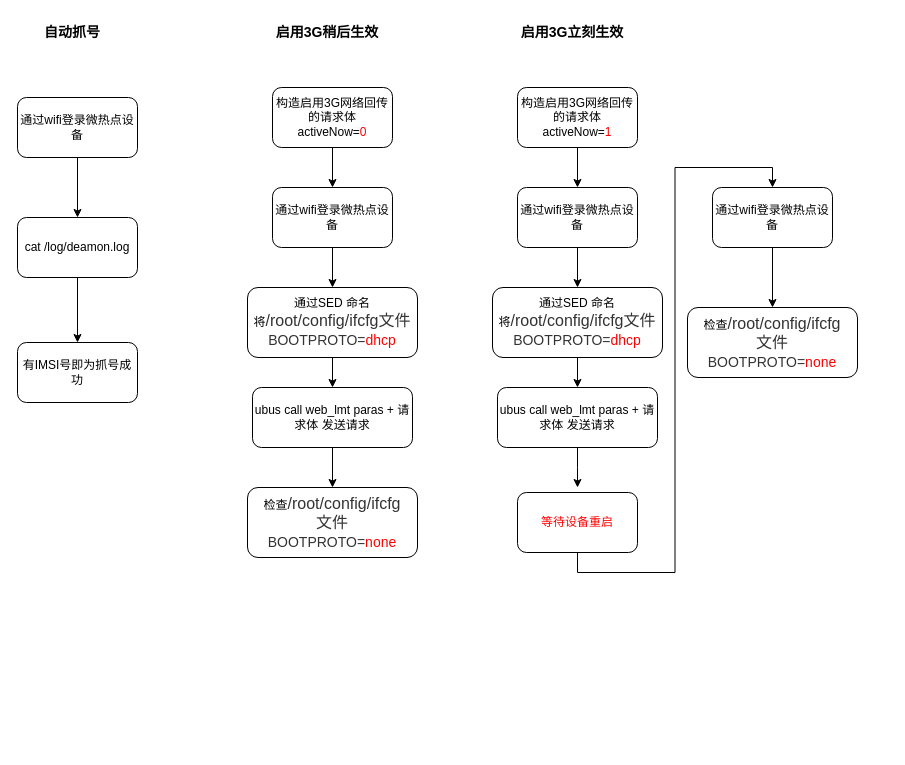
Earlier version of the draw.io diagram platform_receiving_3G.drawio (Chenguoqing2008/drawio). Source tidied: cells renumbered, new cells numbered last; positions are measured from the earlier drawing's top-left corner, leaving out a move shared by most shapes. Both pictures are drawn from the tidied source at 100%, with x=0, y=0 at pixel (17, 17).
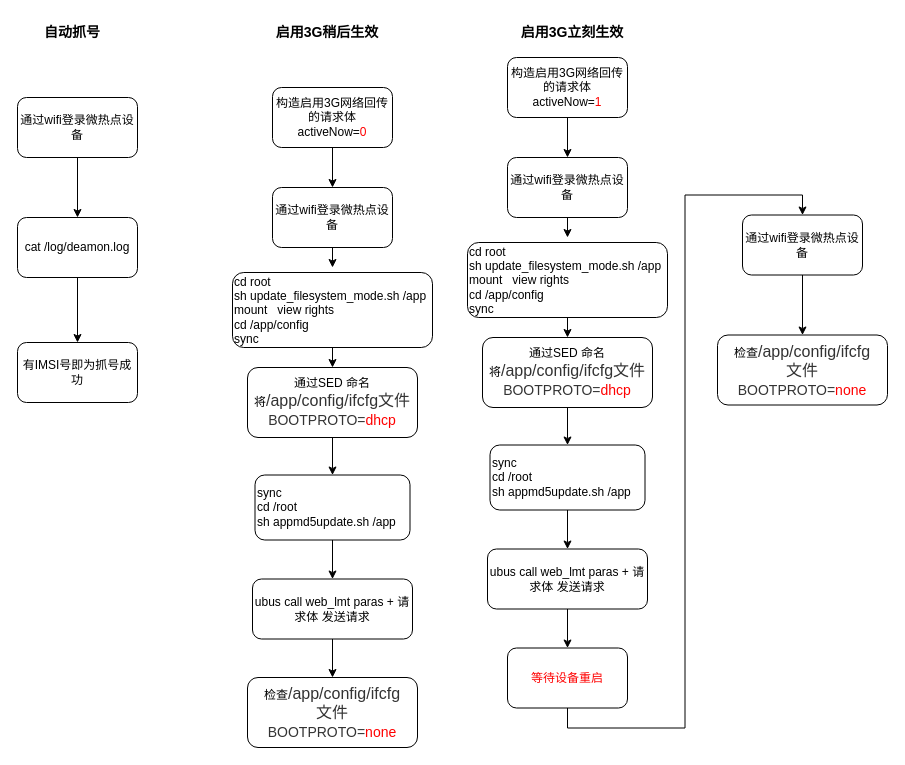
Above is the later version.

The change refers to these unchanged cells:
```xml
<mxCell id="5" value="通过wifi登录微热点设备" style="rounded=1;whiteSpace=wrap;html=1;" parent="1" vertex="1">
  <mxGeometry x="255" y="170" width="120" height="60" as="geometry" />
</mxCell>
```

Change to the diagram source:
```diff
@@
-    <mxCell id="4" style="edgeStyle=orthogonalEdgeStyle;rounded=0;jettySize=auto;html=1;exitX=0.5;exitY=1;exitDx=0;exitDy=0;entryX=0.5;entryY=0;entryDx=0;entryDy=0;" parent="1" edge="1" source="5" target="7">
-      <mxGeometry relative="1" as="geometry" />
-    </mxCell>
+    <mxCell id="32" style="edgeStyle=orthogonalEdgeStyle;rounded=0;jettySize=auto;html=1;exitX=0.5;exitY=1;exitDx=0;exitDy=0;" parent="1" edge="1" source="5">
+      <mxGeometry relative="1" as="geometry">
+        <mxPoint x="315" y="250" as="targetPoint" />
+      </mxGeometry>
+    </mxCell>
@@
-    <mxCell id="6" style="edgeStyle=orthogonalEdgeStyle;rounded=0;jettySize=auto;html=1;exitX=0.5;exitY=1;exitDx=0;exitDy=0;entryX=0.5;entryY=0;entryDx=0;entryDy=0;" parent="1" edge="1" source="7" target="9">
-      <mxGeometry relative="1" as="geometry" />
-    </mxCell>
+    <mxCell id="33" style="edgeStyle=orthogonalEdgeStyle;rounded=0;jettySize=auto;html=1;exitX=0.5;exitY=1;exitDx=0;exitDy=0;entryX=0.5;entryY=0;entryDx=0;entryDy=0;" parent="1" edge="1" source="7" target="37">
+      <mxGeometry relative="1" as="geometry" />
+    </mxCell>
-    <mxCell id="7" value="通过SED&amp;nbsp;命名将&lt;span lang=&quot;EN-US&quot; style=&quot;font-size: 12pt&quot;&gt;&lt;font color=&quot;#333333&quot;&gt;/root/config/ifcfg文件&lt;/font&gt;&lt;br&gt;&lt;span lang=&quot;EN-US&quot; style=&quot;font-size: 10.5pt&quot;&gt;&lt;font color=&quot;#333333&quot;&gt;BOOTPROTO=&lt;/font&gt;&lt;font color=&quot;#ff0000&quot;&gt;dhcp&lt;/font&gt;&lt;/span&gt;&lt;br&gt;&lt;/span&gt;" style="rounded=1;whiteSpace=wrap;html=1;" parent="1" vertex="1">
-      <mxGeometry x="230" y="270" width="170" height="70" as="geometry" />
+    <mxCell id="7" value="通过SED&amp;nbsp;命名将&lt;span lang=&quot;EN-US&quot; style=&quot;font-size: 12pt&quot;&gt;&lt;font color=&quot;#333333&quot;&gt;/app/config/ifcfg文件&lt;/font&gt;&lt;br&gt;&lt;span lang=&quot;EN-US&quot; style=&quot;font-size: 10.5pt&quot;&gt;&lt;font color=&quot;#333333&quot;&gt;BOOTPROTO=&lt;/font&gt;&lt;font color=&quot;#ff0000&quot;&gt;dhcp&lt;/font&gt;&lt;/span&gt;&lt;br&gt;&lt;/span&gt;" style="rounded=1;whiteSpace=wrap;html=1;" parent="1" vertex="1">
+      <mxGeometry x="230" y="350" width="170" height="70" as="geometry" />
     </mxCell>
@@
     <mxCell id="9" value="ubus call web_lmt paras +&amp;nbsp;请求体&amp;nbsp;发送请求" style="rounded=1;whiteSpace=wrap;html=1;" parent="1" vertex="1">
-      <mxGeometry x="235" y="370" width="160" height="60" as="geometry" />
+      <mxGeometry x="235" y="561.5" width="160" height="60" as="geometry" />
     </mxCell>
-    <mxCell id="10" value="检查&lt;span lang=&quot;EN-US&quot; style=&quot;font-size: 12pt&quot;&gt;&lt;font color=&quot;#333333&quot;&gt;/root/config/ifcfg&lt;br&gt;文件&lt;/font&gt;&lt;br&gt;&lt;span lang=&quot;EN-US&quot; style=&quot;font-size: 10.5pt&quot;&gt;&lt;font color=&quot;#333333&quot;&gt;BOOTPROTO=&lt;/font&gt;&lt;font color=&quot;#ff0000&quot;&gt;none&lt;/font&gt;&lt;/span&gt;&lt;br&gt;&lt;/span&gt;" style="rounded=1;whiteSpace=wrap;html=1;" parent="1" vertex="1">
-      <mxGeometry x="230" y="470" width="170" height="70" as="geometry" />
+    <mxCell id="10" value="检查&lt;span lang=&quot;EN-US&quot; style=&quot;font-size: 12pt&quot;&gt;&lt;font color=&quot;#333333&quot;&gt;/app/config/ifcfg&lt;br&gt;文件&lt;/font&gt;&lt;br&gt;&lt;span lang=&quot;EN-US&quot; style=&quot;font-size: 10.5pt&quot;&gt;&lt;font color=&quot;#333333&quot;&gt;BOOTPROTO=&lt;/font&gt;&lt;font color=&quot;#ff0000&quot;&gt;none&lt;/font&gt;&lt;/span&gt;&lt;br&gt;&lt;/span&gt;" style="rounded=1;whiteSpace=wrap;html=1;" parent="1" vertex="1">
+      <mxGeometry x="230" y="660" width="170" height="70" as="geometry" />
     </mxCell>
@@
-    <mxCell id="12" style="edgeStyle=orthogonalEdgeStyle;rounded=0;jettySize=auto;html=1;exitX=0.5;exitY=1;exitDx=0;exitDy=0;entryX=0.5;entryY=0;entryDx=0;entryDy=0;" parent="1" edge="1" source="13" target="15">
-      <mxGeometry relative="1" as="geometry" />
-    </mxCell>
-    <mxCell id="13" value="构造启用3G网络回传的请求体&lt;br&gt;activeNow=&lt;font color=&quot;#ff0000&quot;&gt;1&lt;/font&gt;" style="rounded=1;whiteSpace=wrap;html=1;" parent="1" vertex="1">
-      <mxGeometry x="500" y="70" width="120" height="60" as="geometry" />
-    </mxCell>
-    <mxCell id="14" style="edgeStyle=orthogonalEdgeStyle;rounded=0;jettySize=auto;html=1;exitX=0.5;exitY=1;exitDx=0;exitDy=0;entryX=0.5;entryY=0;entryDx=0;entryDy=0;" parent="1" edge="1" source="15" target="17">
-      <mxGeometry relative="1" as="geometry" />
-    </mxCell>
-    <mxCell id="15" value="通过wifi登录微热点设备" style="rounded=1;whiteSpace=wrap;html=1;" parent="1" vertex="1">
-      <mxGeometry x="500" y="170" width="120" height="60" as="geometry" />
-    </mxCell>
-    <mxCell id="16" style="edgeStyle=orthogonalEdgeStyle;rounded=0;jettySize=auto;html=1;exitX=0.5;exitY=1;exitDx=0;exitDy=0;entryX=0.5;entryY=0;entryDx=0;entryDy=0;" parent="1" edge="1" source="17" target="19">
-      <mxGeometry relative="1" as="geometry" />
-    </mxCell>
-    <mxCell id="17" value="通过SED&amp;nbsp;命名将&lt;span lang=&quot;EN-US&quot; style=&quot;font-size: 12pt&quot;&gt;&lt;font color=&quot;#333333&quot;&gt;/root/config/ifcfg文件&lt;/font&gt;&lt;br&gt;&lt;span lang=&quot;EN-US&quot; style=&quot;font-size: 10.5pt&quot;&gt;&lt;font color=&quot;#333333&quot;&gt;BOOTPROTO=&lt;/font&gt;&lt;font color=&quot;#ff0000&quot;&gt;dhcp&lt;/font&gt;&lt;/span&gt;&lt;br&gt;&lt;/span&gt;" style="rounded=1;whiteSpace=wrap;html=1;" parent="1" vertex="1">
-      <mxGeometry x="475" y="270" width="170" height="70" as="geometry" />
-    </mxCell>
-    <mxCell id="18" style="edgeStyle=orthogonalEdgeStyle;rounded=0;jettySize=auto;html=1;exitX=0.5;exitY=1;exitDx=0;exitDy=0;entryX=0.5;entryY=0;entryDx=0;entryDy=0;" parent="1" edge="1" source="19">
+    <mxCell id="18" style="edgeStyle=orthogonalEdgeStyle;rounded=0;orthogonalLoop=1;jettySize=auto;html=1;exitX=0.5;exitY=1;exitDx=0;exitDy=0;entryX=0.5;entryY=0;entryDx=0;entryDy=0;" parent="1" edge="1">
       <mxGeometry relative="1" as="geometry">
+        <mxPoint x="560" y="430" as="sourcePoint" />
         <mxPoint x="560" y="470" as="targetPoint" />
       </mxGeometry>
     </mxCell>
-    <mxCell id="19" value="ubus call web_lmt paras +&amp;nbsp;请求体&amp;nbsp;发送请求" style="rounded=1;whiteSpace=wrap;html=1;" parent="1" vertex="1">
-      <mxGeometry x="480" y="370" width="160" height="60" as="geometry" />
-    </mxCell>
@@
     <mxCell id="22" value="&lt;font color=&quot;#ff0000&quot;&gt;等待设备重启&lt;/font&gt;" style="rounded=1;whiteSpace=wrap;html=1;" parent="1" vertex="1">
-      <mxGeometry x="500" y="475" width="120" height="60" as="geometry" />
+      <mxGeometry x="490" y="630.5" width="120" height="60" as="geometry" />
     </mxCell>
@@
     <mxCell id="24" value="通过wifi登录微热点设备" style="rounded=1;whiteSpace=wrap;html=1;" parent="1" vertex="1">
-      <mxGeometry x="695" y="170" width="120" height="60" as="geometry" />
+      <mxGeometry x="725" y="197.5" width="120" height="60" as="geometry" />
     </mxCell>
-    <mxCell id="25" value="检查&lt;span lang=&quot;EN-US&quot; style=&quot;font-size: 12pt&quot;&gt;&lt;font color=&quot;#333333&quot;&gt;/root/config/ifcfg&lt;br&gt;文件&lt;/font&gt;&lt;br&gt;&lt;span lang=&quot;EN-US&quot; style=&quot;font-size: 10.5pt&quot;&gt;&lt;font color=&quot;#333333&quot;&gt;BOOTPROTO=&lt;/font&gt;&lt;font color=&quot;#ff0000&quot;&gt;none&lt;/font&gt;&lt;/span&gt;&lt;br&gt;&lt;/span&gt;" style="rounded=1;whiteSpace=wrap;html=1;" parent="1" vertex="1">
-      <mxGeometry x="670" y="290" width="170" height="70" as="geometry" />
+    <mxCell id="25" value="检查&lt;span lang=&quot;EN-US&quot; style=&quot;font-size: 12pt&quot;&gt;&lt;font color=&quot;#333333&quot;&gt;/app/config/ifcfg&lt;br&gt;文件&lt;/font&gt;&lt;br&gt;&lt;span lang=&quot;EN-US&quot; style=&quot;font-size: 10.5pt&quot;&gt;&lt;font color=&quot;#333333&quot;&gt;BOOTPROTO=&lt;/font&gt;&lt;font color=&quot;#ff0000&quot;&gt;none&lt;/font&gt;&lt;/span&gt;&lt;br&gt;&lt;/span&gt;" style="rounded=1;whiteSpace=wrap;html=1;" parent="1" vertex="1">
+      <mxGeometry x="700" y="317.5" width="170" height="70" as="geometry" />
     </mxCell>
@@
+    <mxCell id="34" style="edgeStyle=orthogonalEdgeStyle;rounded=0;jettySize=auto;html=1;exitX=0.5;exitY=1;exitDx=0;exitDy=0;entryX=0.5;entryY=0;entryDx=0;entryDy=0;" parent="1" edge="1" source="35" target="7">
+      <mxGeometry relative="1" as="geometry" />
+    </mxCell>
+    <mxCell id="35" value="&lt;div&gt;cd root&lt;/div&gt;&lt;div&gt;sh update_filesystem_mode.sh /app&amp;nbsp;&lt;/div&gt;&lt;div&gt;mount&amp;nbsp; &amp;nbsp;view rights&lt;/div&gt;&lt;div&gt;cd /app/config&lt;/div&gt;&lt;div&gt;sync&lt;/div&gt;" style="rounded=1;whiteSpace=wrap;html=1;align=left;" parent="1" vertex="1">
+      <mxGeometry x="215" y="255" width="200" height="75" as="geometry" />
+    </mxCell>
+    <mxCell id="36" style="edgeStyle=orthogonalEdgeStyle;rounded=0;jettySize=auto;html=1;exitX=0.5;exitY=1;exitDx=0;exitDy=0;entryX=0.5;entryY=0;entryDx=0;entryDy=0;" parent="1" edge="1" source="37" target="9">
+      <mxGeometry relative="1" as="geometry" />
+    </mxCell>
+    <mxCell id="37" value="&lt;div&gt;sync&lt;/div&gt;&lt;div&gt;cd /root&lt;/div&gt;&lt;div&gt;sh appmd5update.sh /app&lt;/div&gt;" style="rounded=1;whiteSpace=wrap;html=1;align=left;" parent="1" vertex="1">
+      <mxGeometry x="237.5" y="457.5" width="155" height="65" as="geometry" />
+    </mxCell>
+    <mxCell id="12" style="edgeStyle=orthogonalEdgeStyle;rounded=0;jettySize=auto;html=1;exitX=0.5;exitY=1;exitDx=0;exitDy=0;entryX=0.5;entryY=0;entryDx=0;entryDy=0;" parent="1" edge="1" source="13" target="15">
+      <mxGeometry relative="1" as="geometry" />
+    </mxCell>
+    <mxCell id="13" value="构造启用3G网络回传的请求体&lt;br&gt;activeNow=&lt;font color=&quot;#ff0000&quot;&gt;1&lt;/font&gt;" style="rounded=1;whiteSpace=wrap;html=1;" parent="1" vertex="1">
+      <mxGeometry x="490" y="40" width="120" height="60" as="geometry" />
+    </mxCell>
+    <mxCell id="38" style="edgeStyle=orthogonalEdgeStyle;rounded=0;jettySize=auto;html=1;exitX=0.5;exitY=1;exitDx=0;exitDy=0;" parent="1" edge="1" source="15">
+      <mxGeometry relative="1" as="geometry">
+        <mxPoint x="550" y="220" as="targetPoint" />
+      </mxGeometry>
+    </mxCell>
+    <mxCell id="15" value="通过wifi登录微热点设备" style="rounded=1;whiteSpace=wrap;html=1;" parent="1" vertex="1">
+      <mxGeometry x="490" y="140" width="120" height="60" as="geometry" />
+    </mxCell>
+    <mxCell id="39" style="edgeStyle=orthogonalEdgeStyle;rounded=0;jettySize=auto;html=1;exitX=0.5;exitY=1;exitDx=0;exitDy=0;entryX=0.5;entryY=0;entryDx=0;entryDy=0;" parent="1" edge="1" source="40" target="45">
+      <mxGeometry relative="1" as="geometry" />
+    </mxCell>
+    <mxCell id="40" value="通过SED&amp;nbsp;命名将&lt;span lang=&quot;EN-US&quot; style=&quot;font-size: 12pt&quot;&gt;&lt;font color=&quot;#333333&quot;&gt;/app/config/ifcfg文件&lt;/font&gt;&lt;br&gt;&lt;span lang=&quot;EN-US&quot; style=&quot;font-size: 10.5pt&quot;&gt;&lt;font color=&quot;#333333&quot;&gt;BOOTPROTO=&lt;/font&gt;&lt;font color=&quot;#ff0000&quot;&gt;dhcp&lt;/font&gt;&lt;/span&gt;&lt;br&gt;&lt;/span&gt;" style="rounded=1;whiteSpace=wrap;html=1;" parent="1" vertex="1">
+      <mxGeometry x="465" y="320" width="170" height="70" as="geometry" />
+    </mxCell>
+    <mxCell id="41" style="edgeStyle=orthogonalEdgeStyle;rounded=0;jettySize=auto;html=1;exitX=0.5;exitY=1;exitDx=0;exitDy=0;entryX=0.5;entryY=0;entryDx=0;entryDy=0;" parent="1" edge="1" source="19" target="22">
+      <mxGeometry relative="1" as="geometry" />
+    </mxCell>
+    <mxCell id="19" value="ubus call web_lmt paras +&amp;nbsp;请求体&amp;nbsp;发送请求" style="rounded=1;whiteSpace=wrap;html=1;" parent="1" vertex="1">
+      <mxGeometry x="470" y="531.5" width="160" height="60" as="geometry" />
+    </mxCell>
+    <mxCell id="42" style="edgeStyle=orthogonalEdgeStyle;rounded=0;jettySize=auto;html=1;exitX=0.5;exitY=1;exitDx=0;exitDy=0;entryX=0.5;entryY=0;entryDx=0;entryDy=0;" parent="1" edge="1" source="43" target="40">
+      <mxGeometry relative="1" as="geometry" />
+    </mxCell>
+    <mxCell id="43" value="&lt;div&gt;cd root&lt;/div&gt;&lt;div&gt;sh update_filesystem_mode.sh /app&amp;nbsp;&lt;/div&gt;&lt;div&gt;mount&amp;nbsp; &amp;nbsp;view rights&lt;/div&gt;&lt;div&gt;cd /app/config&lt;/div&gt;&lt;div&gt;sync&lt;/div&gt;" style="rounded=1;whiteSpace=wrap;html=1;align=left;" parent="1" vertex="1">
+      <mxGeometry x="450" y="225" width="200" height="75" as="geometry" />
+    </mxCell>
+    <mxCell id="44" style="edgeStyle=orthogonalEdgeStyle;rounded=0;jettySize=auto;html=1;exitX=0.5;exitY=1;exitDx=0;exitDy=0;entryX=0.5;entryY=0;entryDx=0;entryDy=0;" parent="1" edge="1" source="45" target="19">
+      <mxGeometry relative="1" as="geometry" />
+    </mxCell>
+    <mxCell id="45" value="&lt;div&gt;sync&lt;/div&gt;&lt;div&gt;cd /root&lt;/div&gt;&lt;div&gt;sh appmd5update.sh /app&lt;/div&gt;" style="rounded=1;whiteSpace=wrap;html=1;align=left;" parent="1" vertex="1">
+      <mxGeometry x="472.5" y="427.5" width="155" height="65" as="geometry" />
+    </mxCell>
```
